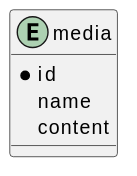
Before: topics/architecture/2025-07_Chat_Messaging_Platform/solutions/lisa-gold/diagrams/svg/media_db.svg, a diagram exported from PlantUML (holtzilya2008/my-code). The source it was exported from:
```plantuml
@startuml
entity media {
    *id
    name
    content
}
@enduml
```
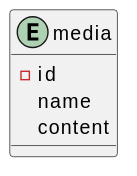
After the change.

Change to the diagram source:
```diff
@@ -1,6 +1,6 @@
 @startuml
 entity media {
-    *id
+    - id
     name
     content
 }
```
